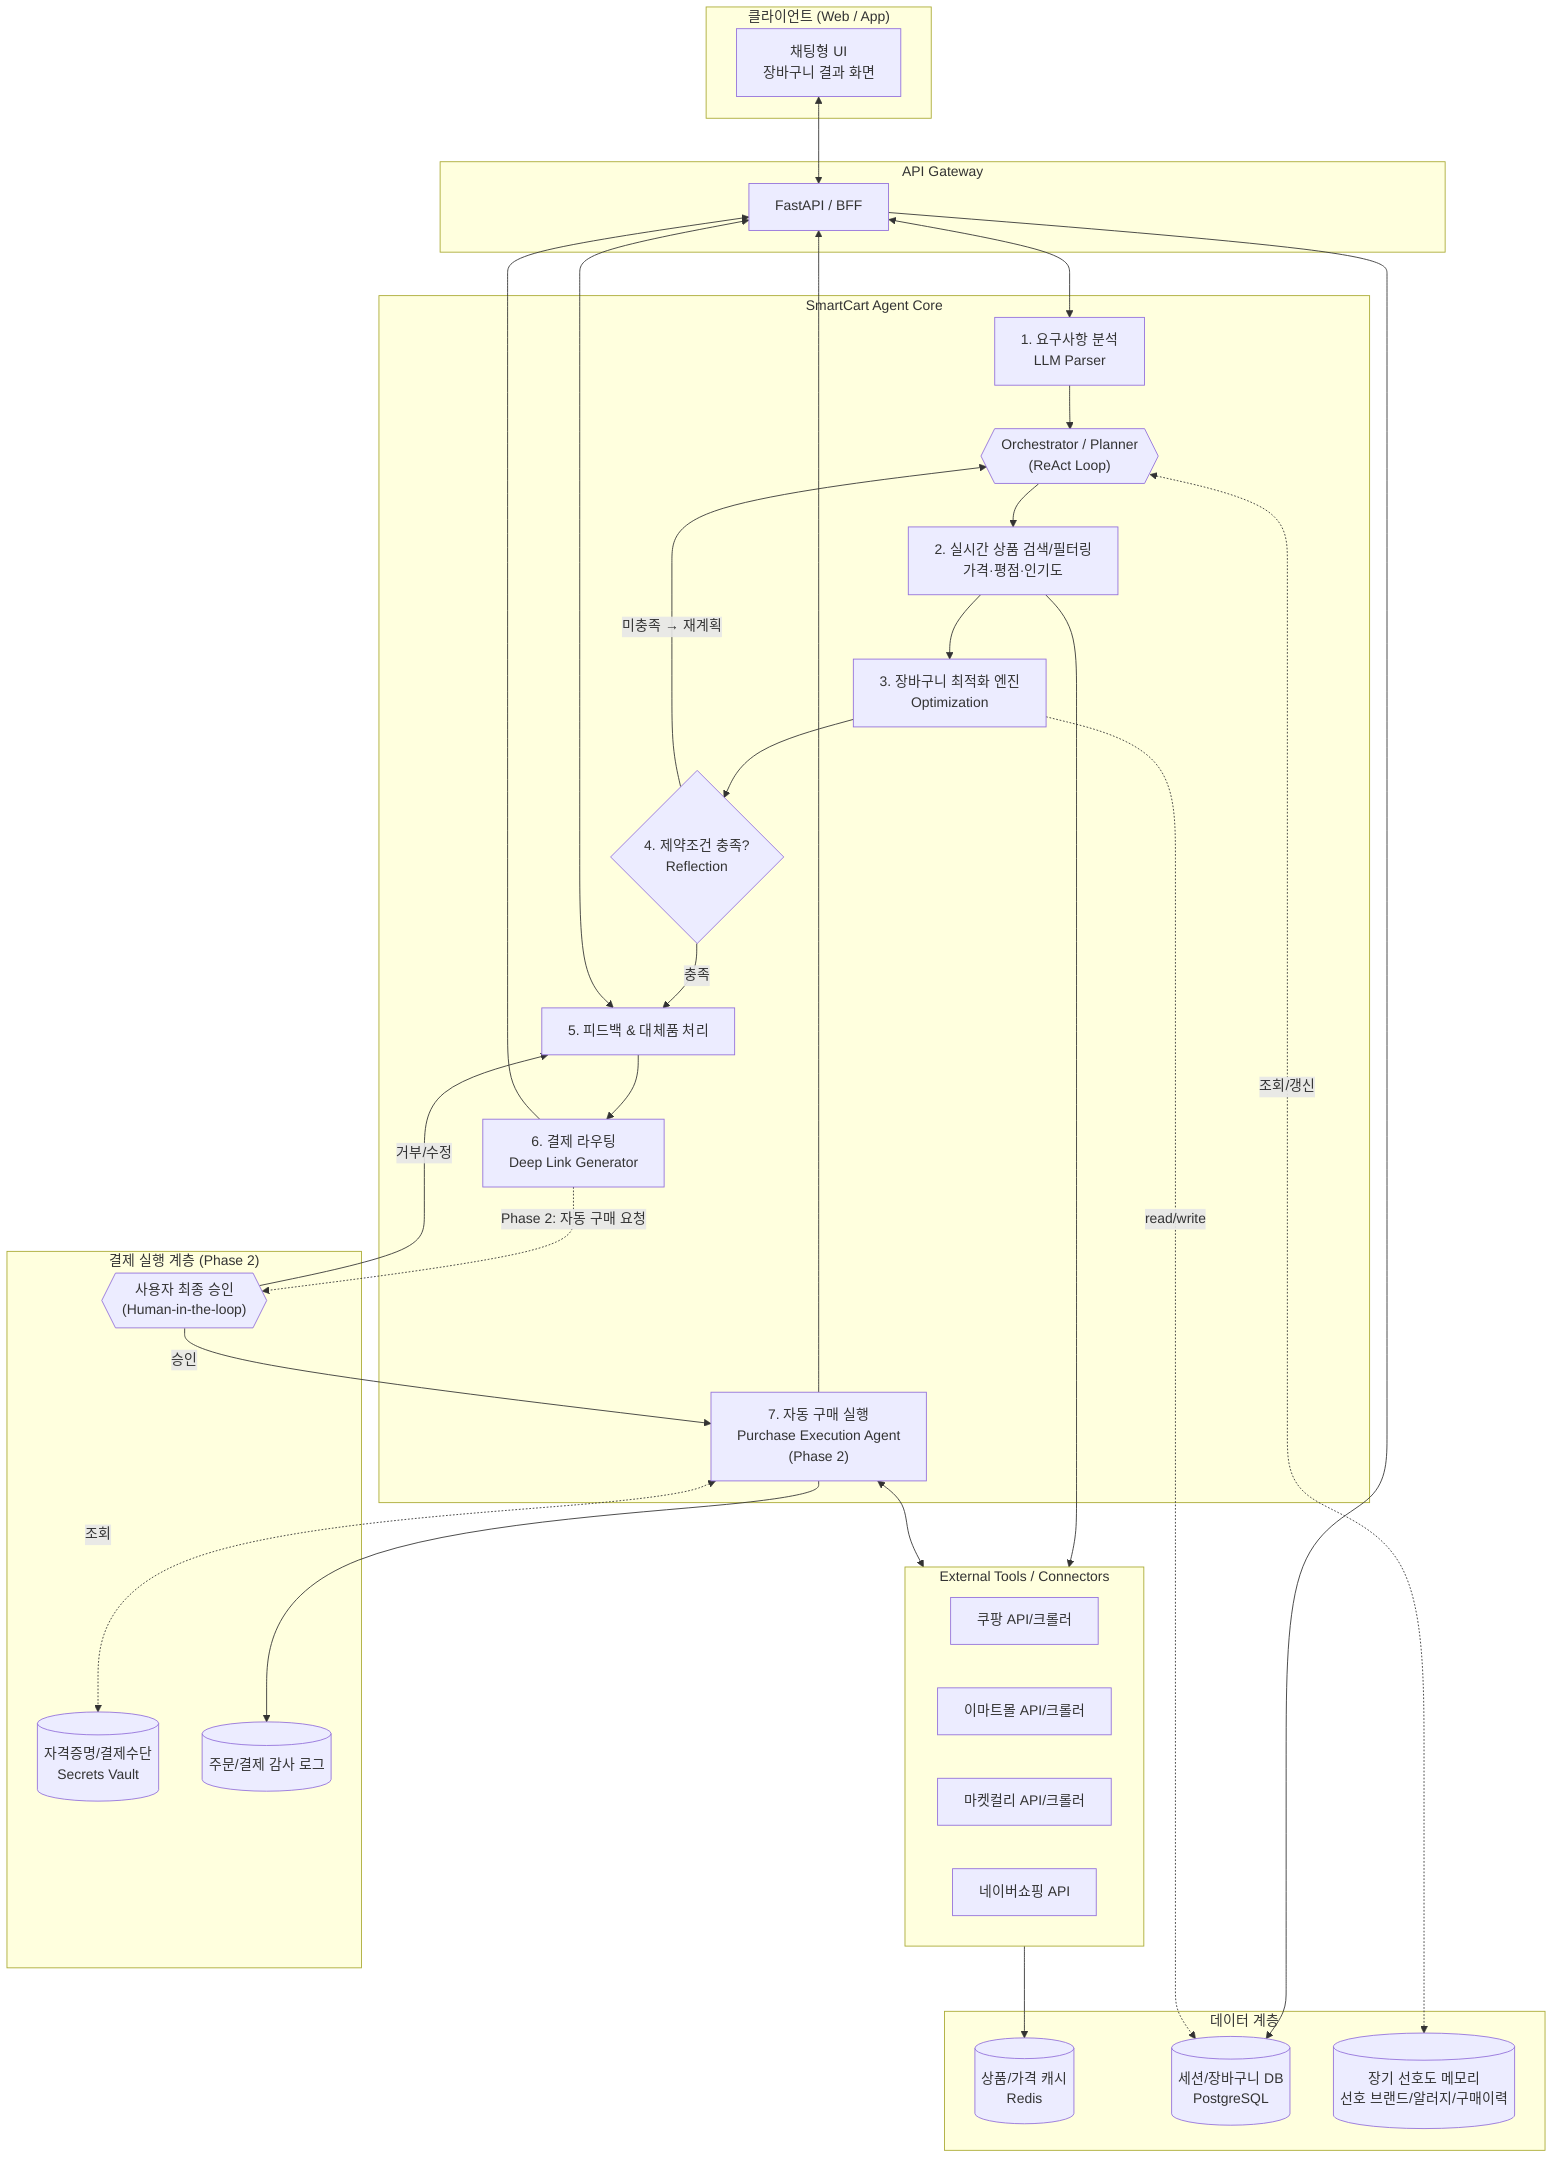
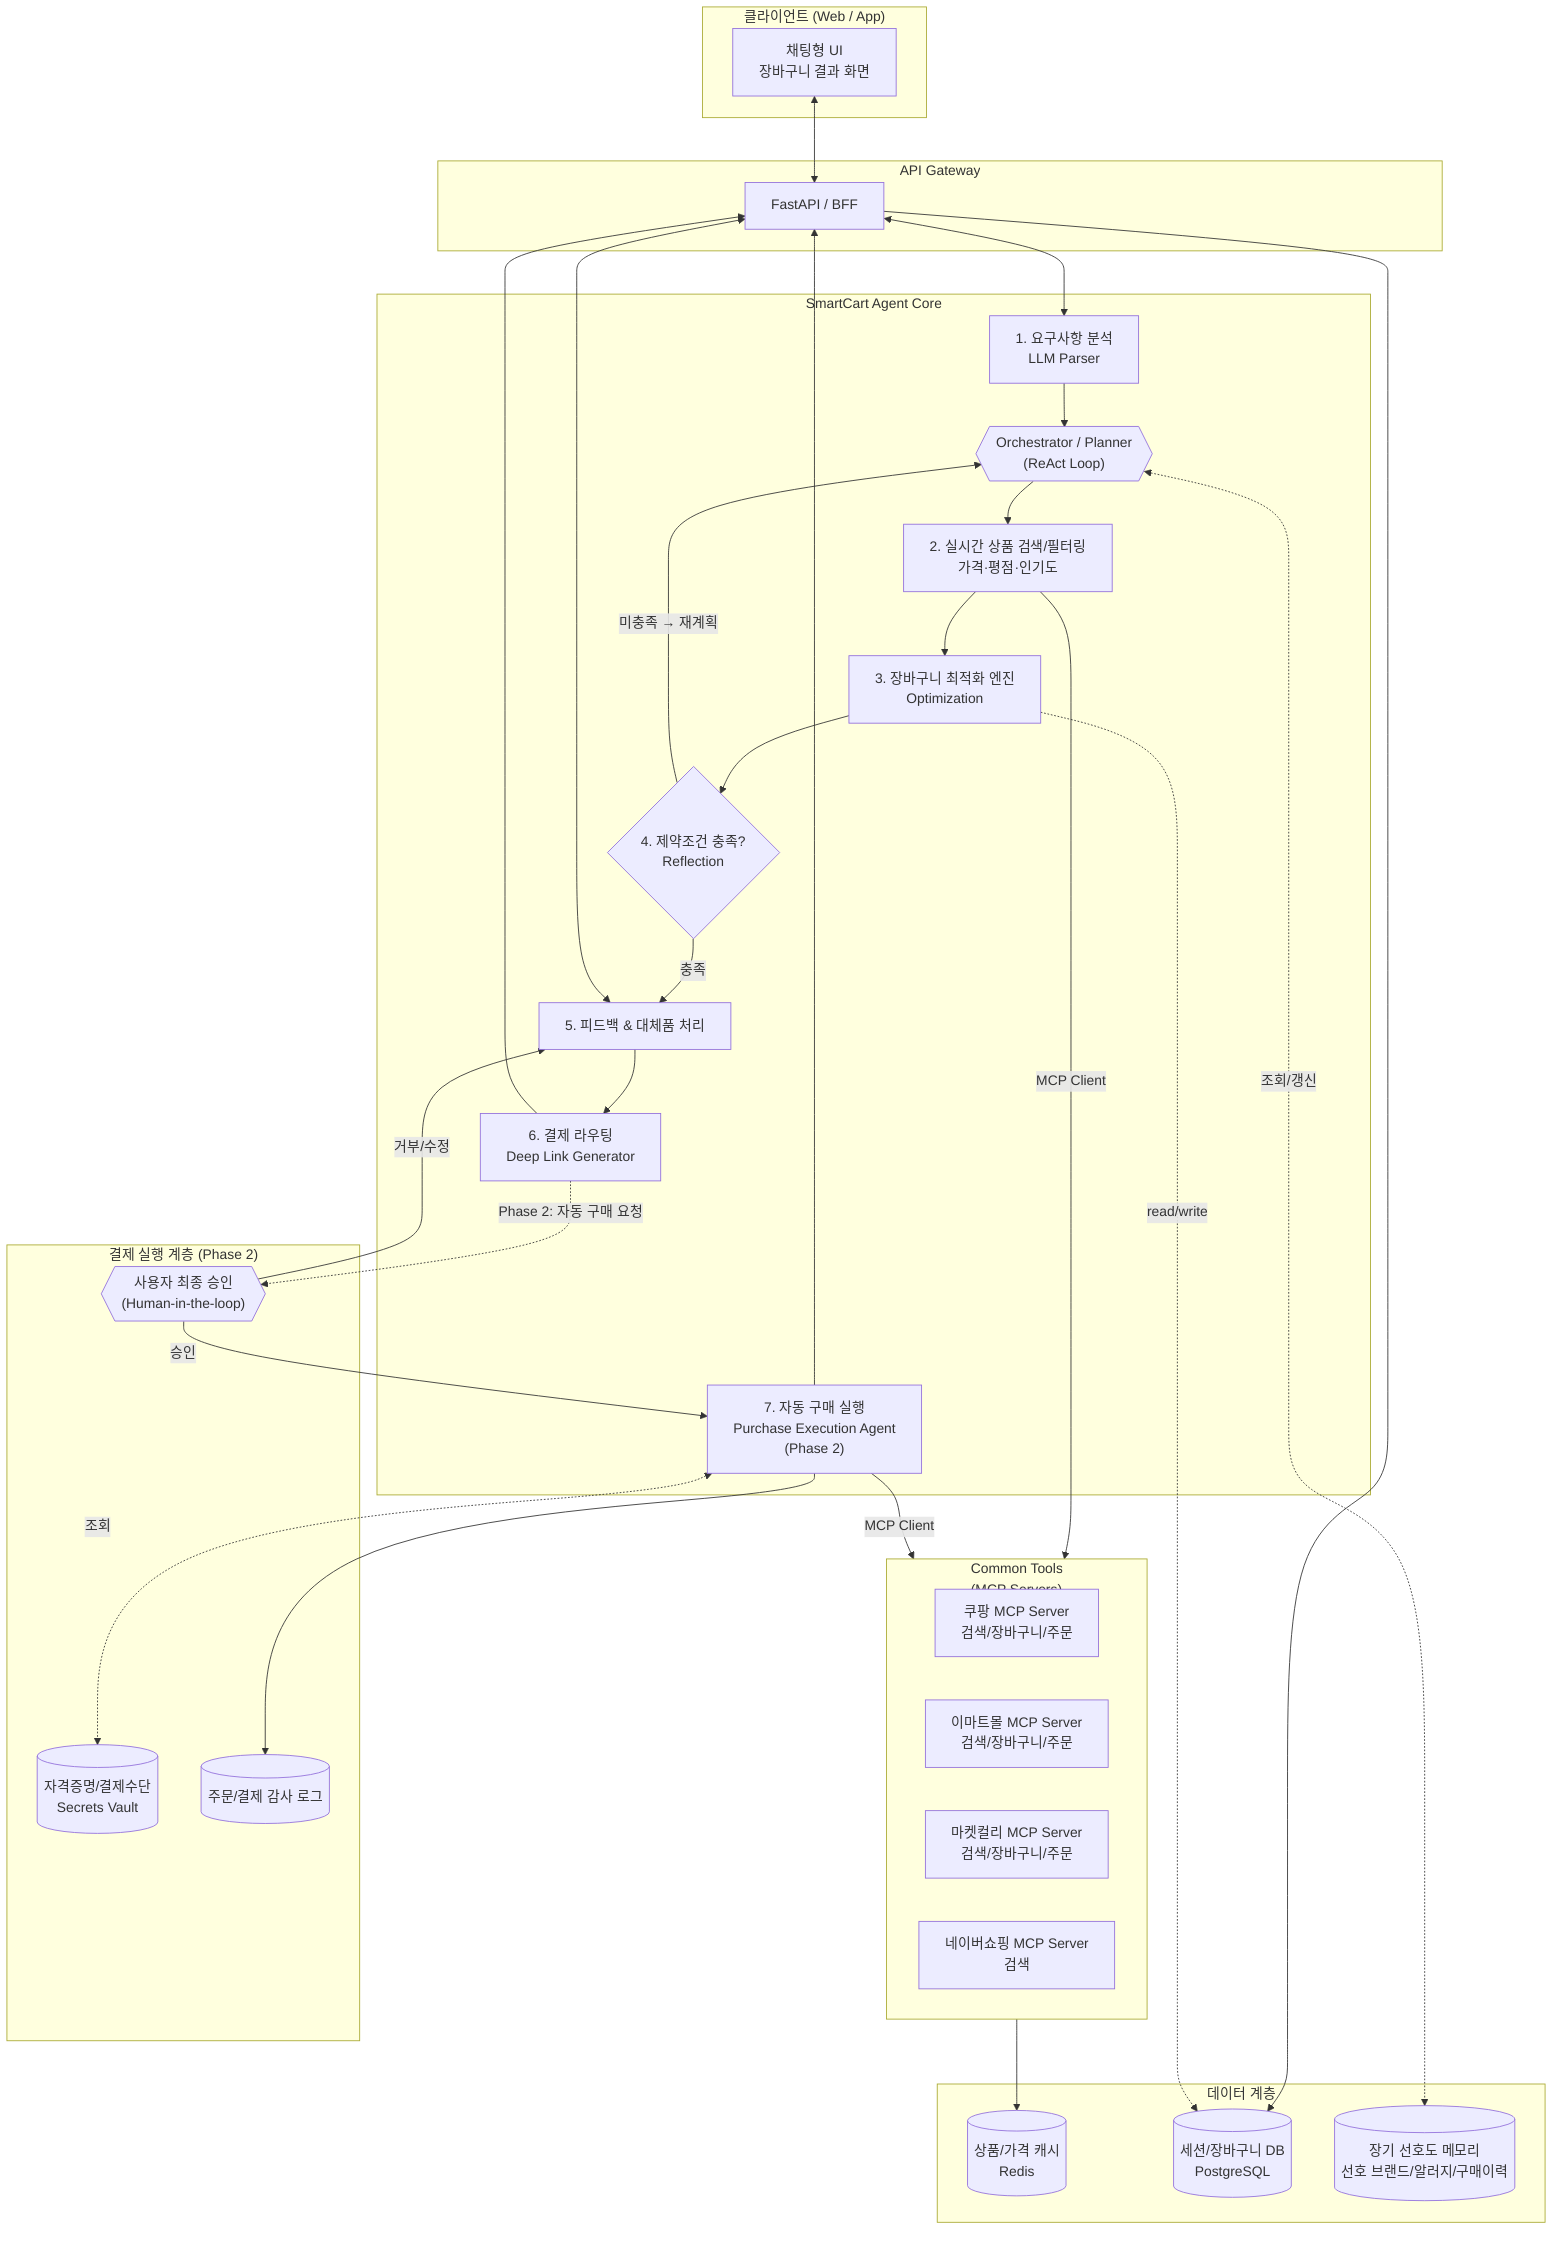
flowchart TB
    subgraph Client["클라이언트 (Web / App)"]
        UI[채팅형 UI<br/>장바구니 결과 화면]
    end

    subgraph Gateway["API Gateway"]
        GW[FastAPI / BFF]
    end

    subgraph Agent["SmartCart Agent Core"]
        Parser[1. 요구사항 분석<br/>LLM Parser]
        Orchestrator{{"Orchestrator / Planner<br/>(ReAct Loop)"}}
        Search[2. 실시간 상품 검색/필터링<br/>가격·평점·인기도]
        Optimizer[3. 장바구니 최적화 엔진<br/>Optimization]
        Reflect{4. 제약조건 충족?<br/>Reflection}
        Feedback[5. 피드백 & 대체품 처리]
        Router[6. 결제 라우팅<br/>Deep Link Generator]
        Purchase["7. 자동 구매 실행<br/>Purchase Execution Agent<br/>(Phase 2)"]
    end

-     subgraph Tools["External Tools / Connectors"]
-         Coupang[쿠팡 API/크롤러]
-         Emart[이마트몰 API/크롤러]
-         Kurly[마켓컬리 API/크롤러]
-         Naver[네이버쇼핑 API]
+     subgraph Tools["Common Tools<br/>(MCP Servers)"]
+         Coupang[쿠팡 MCP Server<br/>검색/장바구니/주문]
+         Emart[이마트몰 MCP Server<br/>검색/장바구니/주문]
+         Kurly[마켓컬리 MCP Server<br/>검색/장바구니/주문]
+         Naver[네이버쇼핑 MCP Server<br/>검색]
    end

    subgraph Checkout["결제 실행 계층 (Phase 2)"]
        HITL{{"사용자 최종 승인<br/>(Human-in-the-loop)"}}
        Vault[(자격증명/결제수단<br/>Secrets Vault)]
        AuditLog[(주문/결제 감사 로그)]
    end

    subgraph Data["데이터 계층"]
        Cache[(상품/가격 캐시<br/>Redis)]
        DB[(세션/장바구니 DB<br/>PostgreSQL)]
        Memory[(장기 선호도 메모리<br/>선호 브랜드/알러지/구매이력)]
    end

    UI <--> GW
    GW <--> Parser
    Parser --> Orchestrator
    Orchestrator --> Search
-     Search --> Tools
+     Search -- "MCP Client" --> Tools
    Tools --> Cache
    Search --> Optimizer
    Optimizer --> Reflect
    Reflect -- "미충족 → 재계획" --> Orchestrator
    Reflect -- "충족" --> Feedback
    Feedback <--> GW
    Feedback --> Router
    Router --> GW
    Router -. "Phase 2: 자동 구매 요청" .-> HITL
    HITL -- "승인" --> Purchase
    HITL -- "거부/수정" --> Feedback
-     Purchase <--> Tools
+     Purchase -- "MCP Client" --> Tools
    Purchase <-.조회.-> Vault
    Purchase --> AuditLog
    Purchase --> GW
    GW --> DB
    Optimizer -.read/write.-> DB
    Orchestrator <-.조회/갱신.-> Memory
